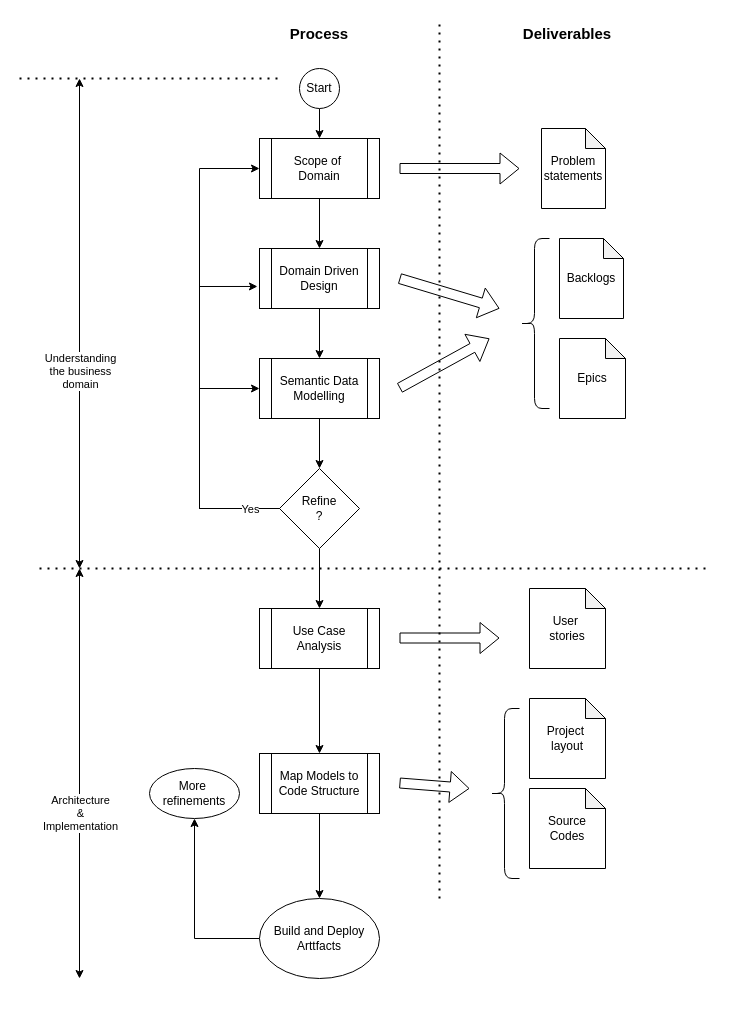
paulwizviz/learn-microservices keeps this draw.io diagram as page "The Process" (3 of 5) of assets/data-models.drawio. Above is the earlier version. Source tidied: cells renumbered, new cells numbered last; positions are measured from the earlier drawing's top-left corner, leaving out a move shared by most shapes. Both pictures are drawn from the tidied source at 100%, with x=0, y=0 at pixel (19, 18).
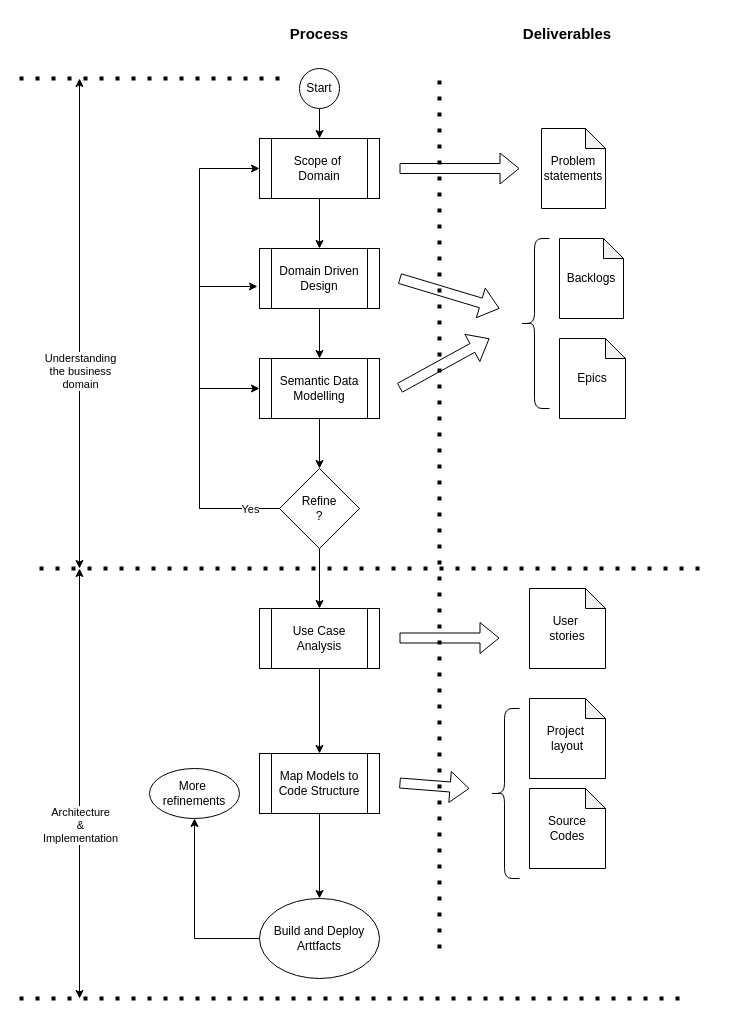
The same page after the edit.

Diff of the diagram source:
```diff
@@
-    <mxCell id="22" style="endArrow=none;dashed=1;html=1;dashPattern=1 3;strokeWidth=2;rounded=0;" parent="1" edge="1">
+    <mxCell id="22" style="endArrow=none;dashed=1;html=1;dashPattern=1 3;strokeWidth=4;rounded=0;" parent="1" edge="1">
       <mxGeometry relative="1" as="geometry">
-        <mxPoint x="420" y="880" as="sourcePoint" />
-        <mxPoint x="420" as="targetPoint" />
+        <mxPoint x="420" y="930" as="sourcePoint" />
+        <mxPoint x="420" y="50" as="targetPoint" />
       </mxGeometry>
     </mxCell>
@@
-    <mxCell id="27" style="endArrow=none;dashed=1;html=1;dashPattern=1 3;strokeWidth=2;rounded=0;" parent="1" edge="1">
+    <mxCell id="27" style="endArrow=none;dashed=1;html=1;dashPattern=1 3;strokeWidth=4;rounded=0;" parent="1" edge="1">
       <mxGeometry relative="1" as="geometry">
         <mxPoint y="60" as="sourcePoint" />
         <mxPoint x="260" y="60" as="targetPoint" />
       </mxGeometry>
     </mxCell>
-    <mxCell id="28" style="endArrow=none;dashed=1;html=1;dashPattern=1 3;strokeWidth=2;rounded=0;" parent="1" edge="1">
+    <mxCell id="28" style="endArrow=none;dashed=1;html=1;dashPattern=1 3;strokeWidth=4;rounded=0;" parent="1" edge="1">
       <mxGeometry relative="1" as="geometry">
         <mxPoint x="20" y="550" as="sourcePoint" />
         <mxPoint x="690" y="550" as="targetPoint" />
       </mxGeometry>
     </mxCell>
@@
     <mxCell id="37" style="endArrow=classic;startArrow=classic;html=1;rounded=0;" parent="1" edge="1">
       <mxGeometry relative="1" as="geometry">
-        <mxPoint x="60" y="960" as="sourcePoint" />
+        <mxPoint x="60" y="980" as="sourcePoint" />
         <mxPoint x="60" y="550" as="targetPoint" />
       </mxGeometry>
     </mxCell>
@@
+    <mxCell id="45" style="endArrow=none;dashed=1;html=1;dashPattern=1 3;strokeWidth=4;rounded=0;" parent="1" edge="1">
+      <mxGeometry relative="1" as="geometry">
+        <mxPoint y="980" as="sourcePoint" />
+        <mxPoint x="670" y="980" as="targetPoint" />
+      </mxGeometry>
+    </mxCell>
```
